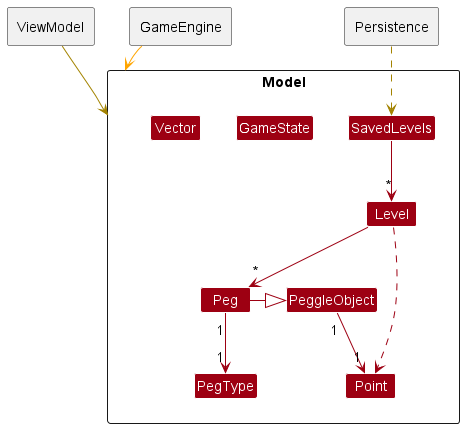
Before: Diagram/Model-0.png, a diagram exported from PlantUML (wweqg/Peggle). The source it was exported from:
```plantuml
@startuml
!include <office/Concepts/globe_internet>
!include <office/Concepts/documents>
!include <office/Users/user>
!include style.puml

package ViewModel <<Rectangle>> {
}

package Persistence <<Rectangle>> {
}

package GameEngine <<Rectangle>> {
}

package Model <<Rectangle>> {
    Class PeggleObject MODEL_COLOR
    Class Level MODEL_COLOR
    Class SavedLevels MODEL_COLOR
    Class Peg MODEL_COLOR
    Class Point MODEL_COLOR
    Class PegType MODEL_COLOR
    Class GameState MODEL_COLOR
    Class Vector MODEL_COLOR
}



    Level -[MODEL_COLOR]-> "*" Peg
    Level .[MODEL_COLOR].> Point
    SavedLevels -[MODEL_COLOR]-> "*" Level
    Peg -[MODEL_COLOR]|> PeggleObject
    PeggleObject "1" -[MODEL_COLOR]-> "1" Point
    Peg "1" -[MODEL_COLOR]-> "1" PegType
    Persistence .[STORAGE_COLOR].> SavedLevels
    ViewModel -[STORAGE_COLOR]-> Model
    GameEngine -[#orange]-> Model


@enduml
```
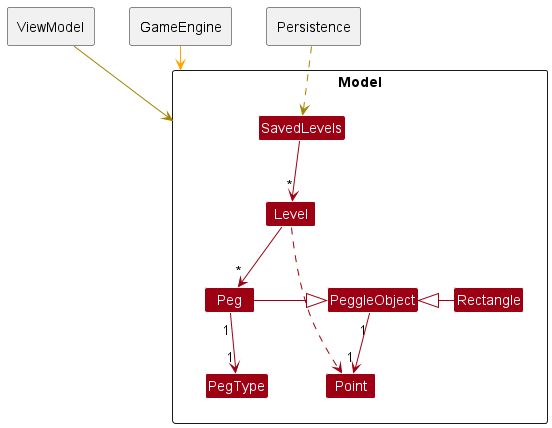
The same diagram one commit later.

The edit, as a diff of the source:
```diff
@@ -20,8 +20,7 @@
     Class Peg MODEL_COLOR
     Class Point MODEL_COLOR
     Class PegType MODEL_COLOR
-    Class GameState MODEL_COLOR
-    Class Vector MODEL_COLOR
+    Class Rectangle MODEL_COLOR
 }
 
 
@@ -30,6 +29,7 @@
     Level .[MODEL_COLOR].> Point
     SavedLevels -[MODEL_COLOR]-> "*" Level
     Peg -[MODEL_COLOR]|> PeggleObject
+    Rectangle -up[MODEL_COLOR]|> PeggleObject
     PeggleObject "1" -[MODEL_COLOR]-> "1" Point
     Peg "1" -[MODEL_COLOR]-> "1" PegType
     Persistence .[STORAGE_COLOR].> SavedLevels
```
